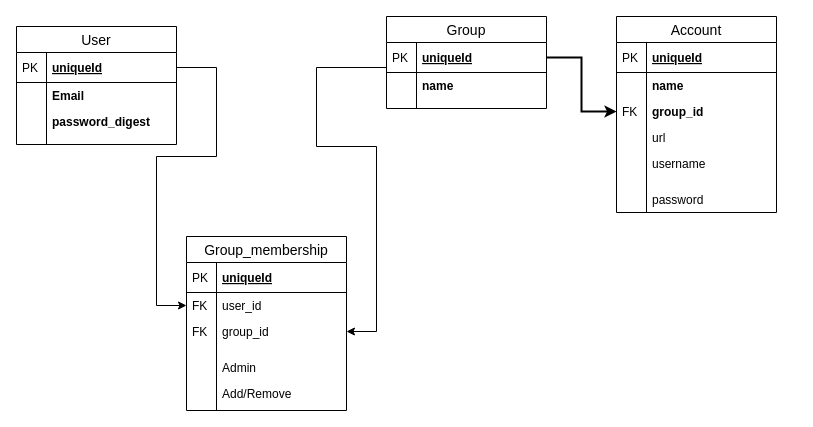
Anthonyntilelli/toy_password_manager keeps this draw.io diagram as Rails_project.drawio. Above is the earlier version. Source tidied: cells renumbered, new cells numbered last; positions are measured from the earlier drawing's top-left corner, leaving out a move shared by most shapes. Both pictures are drawn from the tidied source at 100%, with x=0, y=0 at pixel (16, 16).
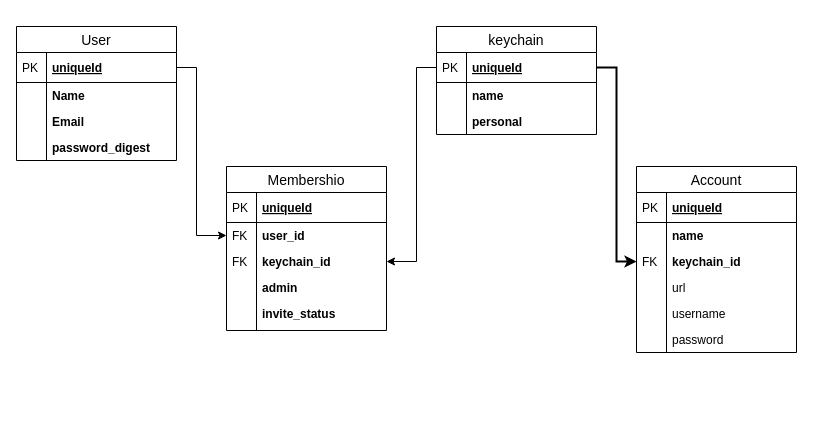
The same page after the edit.

Unchanged cells that the change refers to:
```xml
<mxCell id="28" value="uniqueId" style="shape=partialRectangle;top=0;left=0;right=0;bottom=1;align=left;verticalAlign=middle;fillColor=none;spacingLeft=34;spacingRight=4;overflow=hidden;points=[[0,0.5],[1,0.5]];portConstraint=eastwest;fontStyle=5;fontSize=12;" parent="27" vertex="1">
  <mxGeometry y="26" width="160" height="30" as="geometry" />
</mxCell>
```

Change to the diagram source:
```diff
@@
     <mxCell id="2" style="edgeStyle=orthogonalEdgeStyle;rounded=0;jettySize=auto;html=1;entryX=0;entryY=0.5;entryDx=0;entryDy=0;strokeWidth=2;" parent="1" edge="1" source="28" target="39">
-      <mxGeometry relative="1" as="geometry" />
+      <mxGeometry relative="1" as="geometry">
+        <Array as="points">
+          <mxPoint x="600" y="51" />
+          <mxPoint x="600" y="245" />
+        </Array>
+      </mxGeometry>
     </mxCell>
+    <mxCell id="18" value="User" style="swimlane;fontStyle=0;horizontal=1;startSize=26;align=center;fontSize=14;" parent="1" vertex="1">
+      <mxGeometry y="10" width="160" height="134" as="geometry" />
+    </mxCell>
+    <mxCell id="19" value="uniqueId" style="shape=partialRectangle;top=0;left=0;right=0;bottom=1;align=left;verticalAlign=middle;fillColor=none;spacingLeft=34;spacingRight=4;overflow=hidden;points=[[0,0.5],[1,0.5]];portConstraint=eastwest;fontStyle=5;fontSize=12;" parent="18" vertex="1">
+      <mxGeometry y="26" width="160" height="30" as="geometry" />
+    </mxCell>
+    <mxCell id="20" value="PK" style="shape=partialRectangle;top=0;left=0;bottom=0;fillColor=none;align=left;verticalAlign=middle;spacingLeft=4;spacingRight=4;overflow=hidden;fontSize=12;" parent="19" vertex="1">
+      <mxGeometry width="30" height="30" as="geometry" />
+    </mxCell>
+    <mxCell id="49" value="Name" style="shape=partialRectangle;top=0;left=0;right=0;bottom=0;align=left;verticalAlign=top;fillColor=none;spacingLeft=34;spacingRight=4;overflow=hidden;fontSize=12;fontStyle=1;" parent="18" vertex="1">
+      <mxGeometry y="56" width="160" height="26" as="geometry" />
+    </mxCell>
+    <mxCell id="50" style="shape=partialRectangle;top=0;left=0;bottom=0;fillColor=none;align=left;verticalAlign=top;spacingLeft=4;spacingRight=4;overflow=hidden;fontSize=12;" parent="49" vertex="1">
+      <mxGeometry width="30" height="26" as="geometry" />
+    </mxCell>
+    <mxCell id="21" value="Email" style="shape=partialRectangle;top=0;left=0;right=0;bottom=0;align=left;verticalAlign=top;fillColor=none;spacingLeft=34;spacingRight=4;overflow=hidden;fontSize=12;fontStyle=1;" parent="18" vertex="1">
+      <mxGeometry y="82" width="160" height="26" as="geometry" />
+    </mxCell>
+    <mxCell id="22" style="shape=partialRectangle;top=0;left=0;bottom=0;fillColor=none;align=left;verticalAlign=top;spacingLeft=4;spacingRight=4;overflow=hidden;fontSize=12;" parent="21" vertex="1">
+      <mxGeometry width="30" height="26" as="geometry" />
+    </mxCell>
+    <mxCell id="23" value="password_digest" style="shape=partialRectangle;top=0;left=0;right=0;bottom=0;align=left;verticalAlign=top;fillColor=none;spacingLeft=34;spacingRight=4;overflow=hidden;fontSize=12;fontStyle=1;" parent="18" vertex="1">
+      <mxGeometry y="108" width="160" height="26" as="geometry" />
+    </mxCell>
+    <mxCell id="24" style="shape=partialRectangle;top=0;left=0;bottom=0;fillColor=none;align=left;verticalAlign=top;spacingLeft=4;spacingRight=4;overflow=hidden;fontSize=12;" parent="23" vertex="1">
+      <mxGeometry width="30" height="26" as="geometry" />
+    </mxCell>
+    <mxCell id="4" style="edgeStyle=orthogonalEdgeStyle;rounded=0;jettySize=auto;html=1;exitX=0;exitY=0.5;exitDx=0;exitDy=0;" parent="1" edge="1" source="28" target="10">
+      <mxGeometry relative="1" as="geometry">
+        <Array as="points">
+          <mxPoint x="400" y="51" />
+          <mxPoint x="400" y="245" />
+        </Array>
+      </mxGeometry>
+    </mxCell>
-    <mxCell id="3" style="edgeStyle=orthogonalEdgeStyle;rounded=0;jettySize=auto;html=1;entryX=0;entryY=0.5;entryDx=0;entryDy=0;" parent="1" edge="1" source="19" target="8">
+    <mxCell id="3" style="edgeStyle=orthogonalEdgeStyle;rounded=0;jettySize=auto;html=1;exitX=1;exitY=0.5;exitDx=0;exitDy=0;" parent="1" edge="1" source="19" target="8">
       <mxGeometry relative="1" as="geometry">
         <Array as="points">
-          <mxPoint x="200" y="51" />
-          <mxPoint x="200" y="140" />
-          <mxPoint x="140" y="140" />
-          <mxPoint x="140" y="289" />
+          <mxPoint x="180" y="51" />
+          <mxPoint x="180" y="219" />
         </Array>
       </mxGeometry>
     </mxCell>
-    <mxCell id="4" style="edgeStyle=orthogonalEdgeStyle;rounded=0;jettySize=auto;html=1;entryX=1;entryY=0.5;entryDx=0;entryDy=0;" parent="1" edge="1" source="28" target="10">
-      <mxGeometry relative="1" as="geometry">
-        <Array as="points">
-          <mxPoint x="300" y="51" />
-          <mxPoint x="300" y="130" />
-          <mxPoint x="360" y="130" />
-          <mxPoint x="360" y="315" />
-        </Array>
-      </mxGeometry>
-    </mxCell>
-    <mxCell id="5" value="Group_membership" style="swimlane;fontStyle=0;horizontal=1;startSize=26;align=center;fontSize=14;" parent="1" vertex="1">
-      <mxGeometry x="170" y="220" width="160" height="174" as="geometry" />
+    <mxCell id="5" value="Membershio" style="swimlane;fontStyle=0;horizontal=1;startSize=26;align=center;fontSize=14;" parent="1" vertex="1">
+      <mxGeometry x="210" y="150" width="160" height="164" as="geometry" />
     </mxCell>
@@
-    <mxCell id="8" value="user_id" style="shape=partialRectangle;top=0;left=0;right=0;bottom=0;align=left;verticalAlign=top;fillColor=none;spacingLeft=34;spacingRight=4;overflow=hidden;points=[[0,0.5],[1,0.5]];portConstraint=eastwest;fontSize=12;" parent="5" vertex="1">
+    <mxCell id="8" value="user_id" style="shape=partialRectangle;top=0;left=0;right=0;bottom=0;align=left;verticalAlign=top;fillColor=none;spacingLeft=34;spacingRight=4;overflow=hidden;points=[[0,0.5],[1,0.5]];portConstraint=eastwest;fontSize=12;fontStyle=1;" parent="5" vertex="1">
       <mxGeometry y="56" width="160" height="26" as="geometry" />
     </mxCell>
@@
-    <mxCell id="10" value="group_id" style="shape=partialRectangle;top=0;left=0;right=0;bottom=0;align=left;verticalAlign=top;fillColor=none;spacingLeft=34;spacingRight=4;overflow=hidden;points=[[0,0.5],[1,0.5]];portConstraint=eastwest;fontSize=12;" parent="5" vertex="1">
+    <mxCell id="10" value="keychain_id" style="shape=partialRectangle;top=0;left=0;right=0;bottom=0;align=left;verticalAlign=top;fillColor=none;spacingLeft=34;spacingRight=4;overflow=hidden;points=[[0,0.5],[1,0.5]];portConstraint=eastwest;fontSize=12;fontStyle=1;" parent="5" vertex="1">
       <mxGeometry y="82" width="160" height="26" as="geometry" />
     </mxCell>
@@
-    <mxCell id="12" style="shape=partialRectangle;top=0;left=0;right=0;bottom=0;align=left;verticalAlign=top;fillColor=none;spacingLeft=34;spacingRight=4;overflow=hidden;fontSize=12;" parent="5" vertex="1">
-      <mxGeometry y="108" width="160" height="10" as="geometry" />
-    </mxCell>
-    <mxCell id="13" style="shape=partialRectangle;top=0;left=0;bottom=0;fillColor=none;align=left;verticalAlign=top;spacingLeft=4;spacingRight=4;overflow=hidden;fontSize=12;" parent="12" vertex="1">
-      <mxGeometry width="30" height="10" as="geometry" />
-    </mxCell>
-    <mxCell id="14" value="Admin" style="shape=partialRectangle;top=0;left=0;right=0;bottom=0;align=left;verticalAlign=top;fillColor=none;spacingLeft=34;spacingRight=4;overflow=hidden;fontSize=12;" parent="5" vertex="1">
-      <mxGeometry y="118" width="160" height="26" as="geometry" />
+    <mxCell id="14" value="admin" style="shape=partialRectangle;top=0;left=0;right=0;bottom=0;align=left;verticalAlign=top;fillColor=none;spacingLeft=34;spacingRight=4;overflow=hidden;fontSize=12;fontStyle=1;" parent="5" vertex="1">
+      <mxGeometry y="108" width="160" height="26" as="geometry" />
     </mxCell>
@@
-    <mxCell id="16" value="Add/Remove" style="shape=partialRectangle;top=0;left=0;right=0;bottom=0;align=left;verticalAlign=top;fillColor=none;spacingLeft=34;spacingRight=4;overflow=hidden;fontSize=12;" parent="5" vertex="1">
-      <mxGeometry y="144" width="160" height="30" as="geometry" />
+    <mxCell id="16" value="invite_status" style="shape=partialRectangle;top=0;left=0;right=0;bottom=0;align=left;verticalAlign=top;fillColor=none;spacingLeft=34;spacingRight=4;overflow=hidden;fontSize=12;fontStyle=1;" parent="5" vertex="1">
+      <mxGeometry y="134" width="160" height="30" as="geometry" />
     </mxCell>
@@
-    <mxCell id="18" value="User" style="swimlane;fontStyle=0;horizontal=1;startSize=26;align=center;fontSize=14;" parent="1" vertex="1">
-      <mxGeometry y="10" width="160" height="118" as="geometry" />
-    </mxCell>
-    <mxCell id="19" value="uniqueId" style="shape=partialRectangle;top=0;left=0;right=0;bottom=1;align=left;verticalAlign=middle;fillColor=none;spacingLeft=34;spacingRight=4;overflow=hidden;points=[[0,0.5],[1,0.5]];portConstraint=eastwest;fontStyle=5;fontSize=12;" parent="18" vertex="1">
-      <mxGeometry y="26" width="160" height="30" as="geometry" />
-    </mxCell>
-    <mxCell id="20" value="PK" style="shape=partialRectangle;top=0;left=0;bottom=0;fillColor=none;align=left;verticalAlign=middle;spacingLeft=4;spacingRight=4;overflow=hidden;fontSize=12;" parent="19" vertex="1">
-      <mxGeometry width="30" height="30" as="geometry" />
-    </mxCell>
-    <mxCell id="21" value="Email" style="shape=partialRectangle;top=0;left=0;right=0;bottom=0;align=left;verticalAlign=top;fillColor=none;spacingLeft=34;spacingRight=4;overflow=hidden;fontSize=12;fontStyle=1;" parent="18" vertex="1">
-      <mxGeometry y="56" width="160" height="26" as="geometry" />
-    </mxCell>
-    <mxCell id="22" style="shape=partialRectangle;top=0;left=0;bottom=0;fillColor=none;align=left;verticalAlign=top;spacingLeft=4;spacingRight=4;overflow=hidden;fontSize=12;" parent="21" vertex="1">
-      <mxGeometry width="30" height="26" as="geometry" />
-    </mxCell>
-    <mxCell id="23" value="password_digest" style="shape=partialRectangle;top=0;left=0;right=0;bottom=0;align=left;verticalAlign=top;fillColor=none;spacingLeft=34;spacingRight=4;overflow=hidden;fontSize=12;fontStyle=1;" parent="18" vertex="1">
-      <mxGeometry y="82" width="160" height="26" as="geometry" />
-    </mxCell>
-    <mxCell id="24" style="shape=partialRectangle;top=0;left=0;bottom=0;fillColor=none;align=left;verticalAlign=top;spacingLeft=4;spacingRight=4;overflow=hidden;fontSize=12;" parent="23" vertex="1">
-      <mxGeometry width="30" height="26" as="geometry" />
-    </mxCell>
-    <mxCell id="25" style="shape=partialRectangle;top=0;left=0;right=0;bottom=0;align=left;verticalAlign=top;fillColor=none;spacingLeft=34;spacingRight=4;overflow=hidden;fontSize=12;" parent="18" vertex="1">
-      <mxGeometry y="108" width="160" height="10" as="geometry" />
-    </mxCell>
-    <mxCell id="26" style="shape=partialRectangle;top=0;left=0;bottom=0;fillColor=none;align=left;verticalAlign=top;spacingLeft=4;spacingRight=4;overflow=hidden;fontSize=12;" parent="25" vertex="1">
-      <mxGeometry width="30" height="10" as="geometry" />
-    </mxCell>
-    <mxCell id="27" value="Group" style="swimlane;fontStyle=0;horizontal=1;startSize=26;align=center;fontSize=14;" parent="1" vertex="1">
-      <mxGeometry x="370" width="160" height="92" as="geometry" />
+    <mxCell id="27" value="keychain" style="swimlane;fontStyle=0;horizontal=1;startSize=26;align=center;fontSize=14;" parent="1" vertex="1">
+      <mxGeometry x="420" y="10" width="160" height="108" as="geometry" />
     </mxCell>
@@
-    <mxCell id="32" style="shape=partialRectangle;top=0;left=0;right=0;bottom=0;align=left;verticalAlign=top;fillColor=none;spacingLeft=34;spacingRight=4;overflow=hidden;fontSize=12;" parent="27" vertex="1">
-      <mxGeometry y="82" width="160" height="10" as="geometry" />
-    </mxCell>
-    <mxCell id="33" style="shape=partialRectangle;top=0;left=0;bottom=0;fillColor=none;align=left;verticalAlign=top;spacingLeft=4;spacingRight=4;overflow=hidden;fontSize=12;" parent="32" vertex="1">
-      <mxGeometry width="30" height="10" as="geometry" />
-    </mxCell>
+    <mxCell id="51" value="personal" style="shape=partialRectangle;top=0;left=0;right=0;bottom=0;align=left;verticalAlign=top;fillColor=none;spacingLeft=34;spacingRight=4;overflow=hidden;fontSize=12;fontStyle=1;" parent="27" vertex="1">
+      <mxGeometry y="82" width="160" height="26" as="geometry" />
+    </mxCell>
+    <mxCell id="52" style="shape=partialRectangle;top=0;left=0;bottom=0;fillColor=none;align=left;verticalAlign=top;spacingLeft=4;spacingRight=4;overflow=hidden;fontSize=12;" parent="51" vertex="1">
+      <mxGeometry width="30" height="26" as="geometry" />
+    </mxCell>
     <mxCell id="34" value="Account" style="swimlane;fontStyle=0;horizontal=1;startSize=26;align=center;fontSize=14;" parent="1" vertex="1">
-      <mxGeometry x="600" width="160" height="196" as="geometry" />
+      <mxGeometry x="620" y="150" width="160" height="186" as="geometry" />
     </mxCell>
@@
-    <mxCell id="39" value="group_id" style="shape=partialRectangle;top=0;left=0;right=0;bottom=0;align=left;verticalAlign=top;fillColor=none;spacingLeft=34;spacingRight=4;overflow=hidden;points=[[0,0.5],[1,0.5]];portConstraint=eastwest;fontSize=12;fontStyle=1;" parent="34" vertex="1">
+    <mxCell id="39" value="keychain_id" style="shape=partialRectangle;top=0;left=0;right=0;bottom=0;align=left;verticalAlign=top;fillColor=none;spacingLeft=34;spacingRight=4;overflow=hidden;points=[[0,0.5],[1,0.5]];portConstraint=eastwest;fontSize=12;fontStyle=1;" parent="34" vertex="1">
       <mxGeometry y="82" width="160" height="26" as="geometry" />
     </mxCell>
@@
-    <mxCell id="45" style="shape=partialRectangle;top=0;left=0;right=0;bottom=0;align=left;verticalAlign=top;fillColor=none;spacingLeft=34;spacingRight=4;overflow=hidden;fontSize=12;" parent="34" vertex="1">
-      <mxGeometry y="160" width="160" height="10" as="geometry" />
-    </mxCell>
-    <mxCell id="46" style="shape=partialRectangle;top=0;left=0;bottom=0;fillColor=none;align=left;verticalAlign=top;spacingLeft=4;spacingRight=4;overflow=hidden;fontSize=12;" parent="45" vertex="1">
-      <mxGeometry width="30" height="10" as="geometry" />
-    </mxCell>
     <mxCell id="47" value="password" style="shape=partialRectangle;top=0;left=0;right=0;bottom=0;align=left;verticalAlign=top;fillColor=none;spacingLeft=34;spacingRight=4;overflow=hidden;fontSize=12;" parent="34" vertex="1">
-      <mxGeometry y="170" width="160" height="26" as="geometry" />
+      <mxGeometry y="160" width="160" height="26" as="geometry" />
     </mxCell>
```
